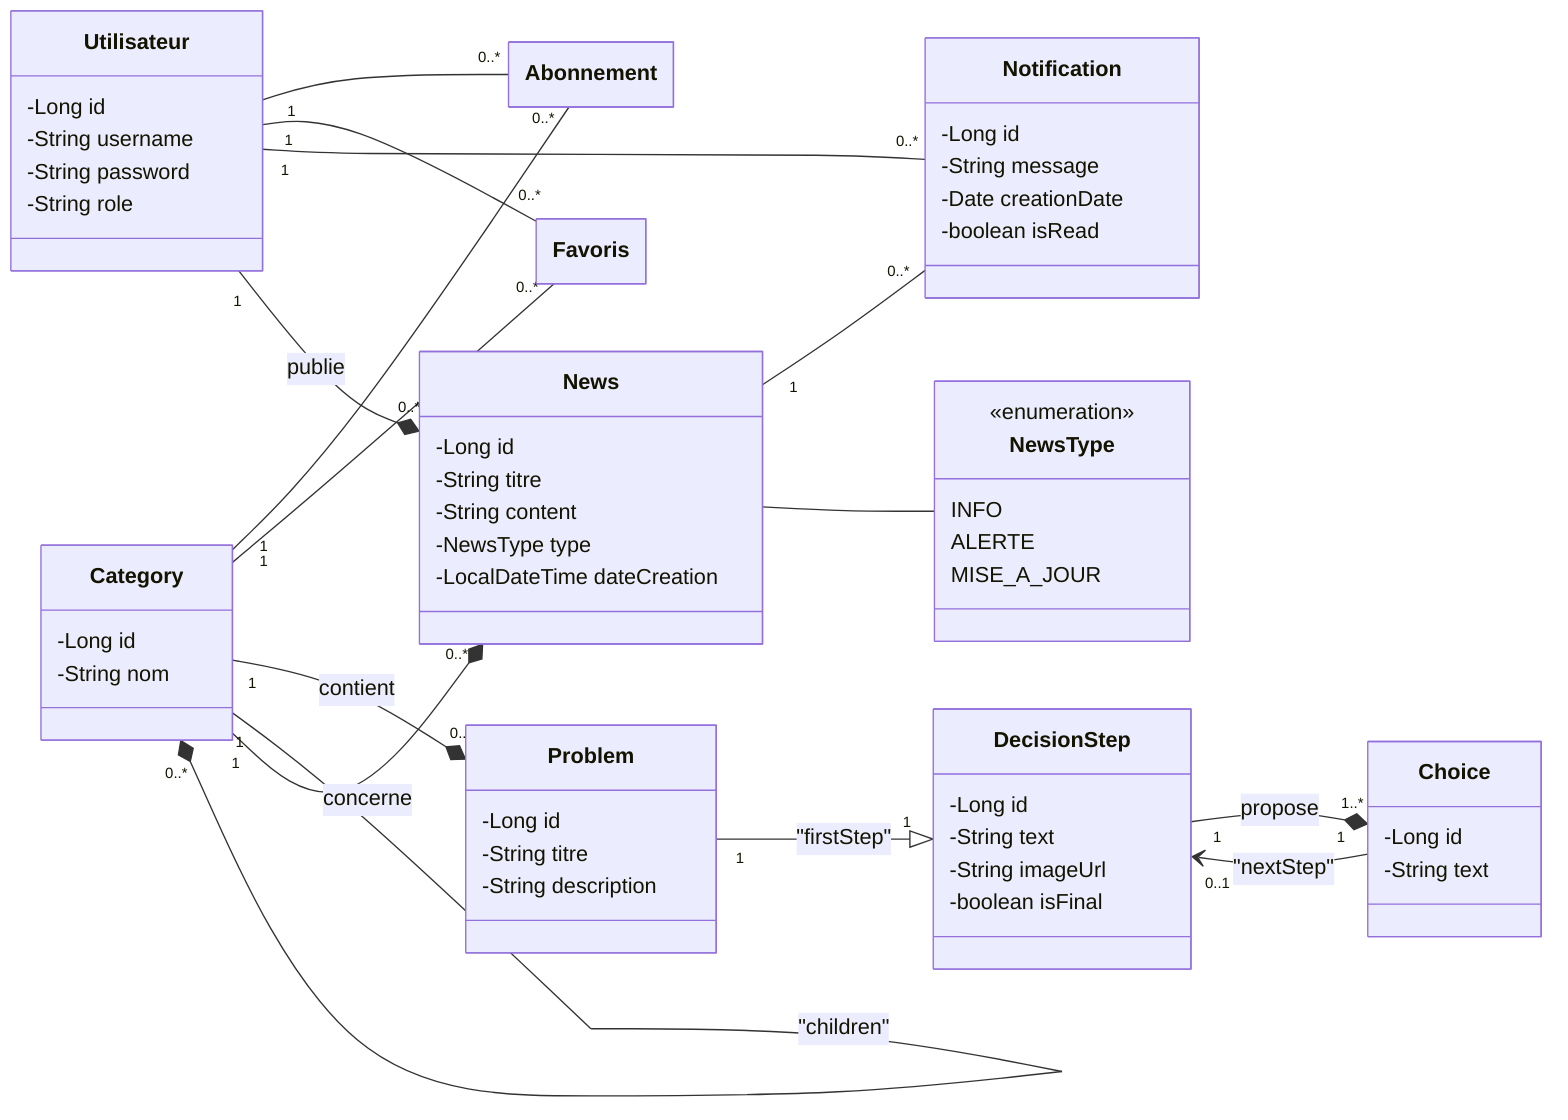
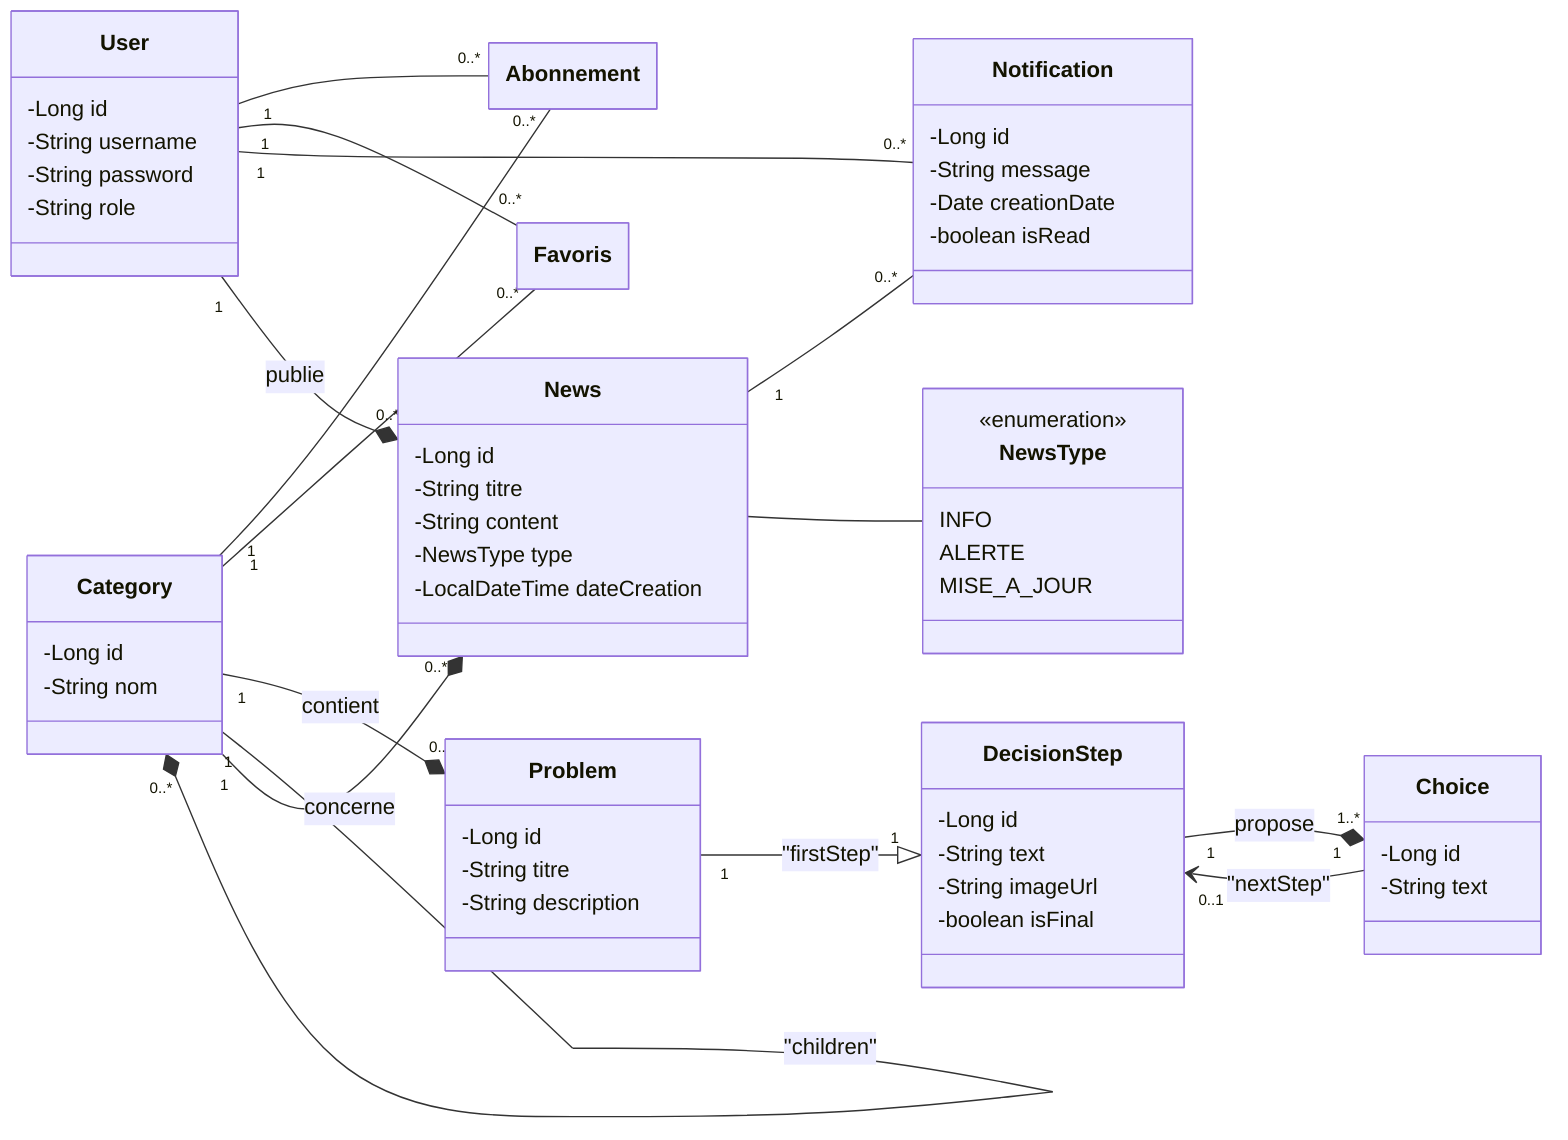
---
config:
  class:
    hideEmptyMembersBox: true
---
classDiagram
    direction LR

class NewsType {
    <<enumeration>>
    INFO
    ALERTE
    MISE_A_JOUR
}

- class Utilisateur {
+ class User {
-Long id
-String username
-String password
-String role
}

class Category {
-Long id
-String nom
}

class Problem {
-Long id
-String titre
-String description
}

class News {
-Long id
-String titre
-String content
-NewsType type
-LocalDateTime dateCreation
}

class DecisionStep {
-Long id
-String text
-String imageUrl
-boolean isFinal
}

class Choice {
-Long id
-String text
}

class Notification {
-Long id
-String message
-Date creationDate
-boolean isRead
}

class Abonnement
class Favoris


- Utilisateur "1" -- "0..*" Abonnement
+ User "1" -- "0..*" Abonnement
Category "1" -- "0..*" Abonnement

- Utilisateur "1" -- "0..*" Favoris
+ User "1" -- "0..*" Favoris
Category "1" -- "0..*" Favoris

- Utilisateur "1" -- "0..*" Notification
+ User "1" -- "0..*" Notification
News "1" -- "0..*" Notification

Category "1" --* "0..*" Problem : contient
Category "1" --* "1" Category : "parent"
Category "1" --* "0..*" Category : "children"
Category "1" --* "0..*" News : concerne

Problem "1" --|> "1" DecisionStep : "firstStep"

- Utilisateur "1" --* "0..*" News : publie
+ User "1" --* "0..*" News : publie

DecisionStep "1" --* "1..*" Choice : propose
Choice "1" --> "0..1" DecisionStep : "nextStep"

News -- NewsType